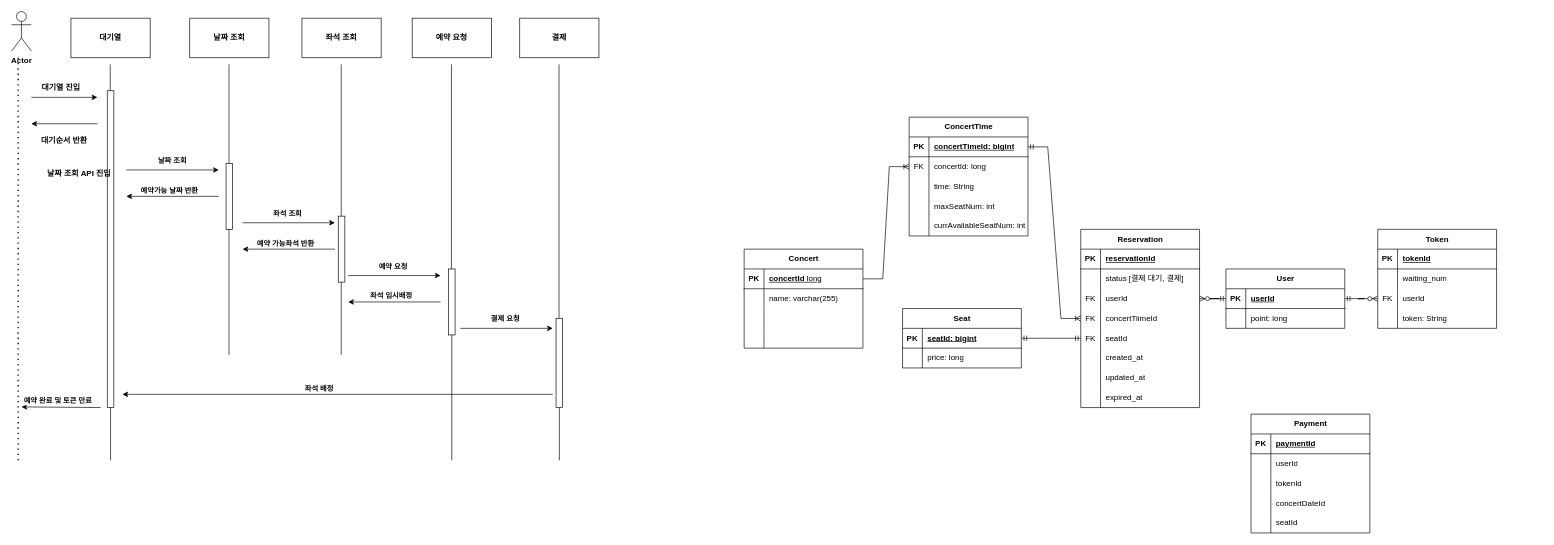
This is concertTicketing.drawio from watanka/ticketing, a draw.io file, before an edit. Source tidied: cells renumbered, new cells numbered last; positions are measured from the earlier drawing's top-left corner, leaving out a move shared by most shapes. Both pictures are drawn from the tidied source at 66%, with x=0, y=0 at pixel (11, 11).
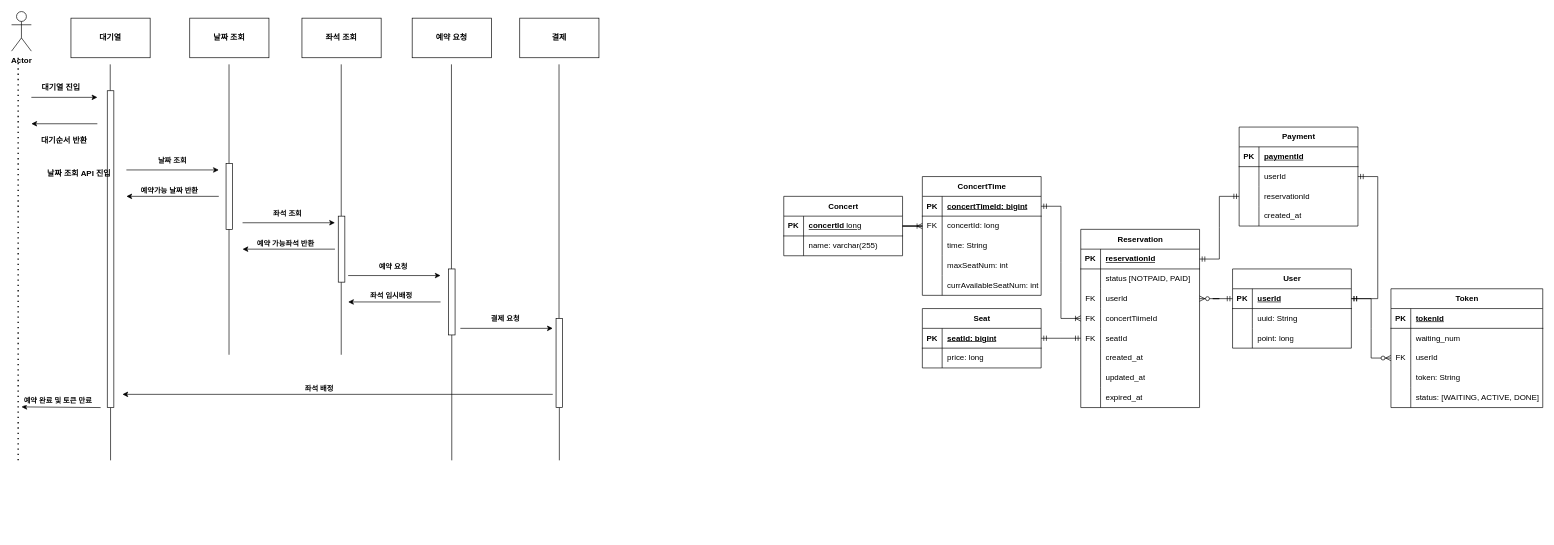
Above is the later version.

Commit message (it also covers changes not shown here):
ERD 업데이트

Unchanged cells that the change refers to:
```xml
<mxCell id="67" style="shape=tableRow;horizontal=0;startSize=0;swimlaneHead=0;swimlaneBody=0;fillColor=none;points=[[0,0.5],[1,0.5]];portConstraint=eastwest;top=0;left=0;right=0;bottom=1;" parent="66" vertex="1">
  <mxGeometry y="30" width="180" height="30" as="geometry" />
</mxCell>
<mxCell id="70" style="shape=tableRow;horizontal=0;startSize=0;swimlaneHead=0;swimlaneBody=0;fillColor=none;top=0;left=0;right=0;bottom=0;" parent="66" vertex="1">
  <mxGeometry y="60" width="180" height="30" as="geometry" />
</mxCell>
<mxCell id="92" style="shape=tableRow;horizontal=0;startSize=0;swimlaneHead=0;swimlaneBody=0;fillColor=none;points=[[0,0.5],[1,0.5]];portConstraint=eastwest;top=0;left=0;right=0;bottom=1;" parent="91" vertex="1">
  <mxGeometry y="30" width="180" height="30" as="geometry" />
</mxCell>
<mxCell id="95" style="shape=tableRow;horizontal=0;startSize=0;swimlaneHead=0;swimlaneBody=0;fillColor=none;top=0;left=0;right=0;bottom=0;" parent="91" vertex="1">
  <mxGeometry y="60" width="180" height="30" as="geometry" />
</mxCell>
```

Change to the diagram source:
```diff
@@
     <mxCell id="46" value="Concert" style="shape=table;startSize=30;childLayout=tableLayout;rowLines=0;fontStyle=1;align=center;html=1;" parent="1" vertex="1">
-      <mxGeometry x="1110" y="360" width="180" height="150" as="geometry" />
+      <mxGeometry x="1170" y="280" width="180" height="90" as="geometry" />
     </mxCell>
@@
-    <mxCell id="53" style="shape=tableRow;horizontal=0;startSize=0;swimlaneHead=0;swimlaneBody=0;fillColor=none;top=0;left=0;right=0;bottom=0;" parent="46" vertex="1">
-      <mxGeometry y="90" width="180" height="30" as="geometry" />
-    </mxCell>
-    <mxCell id="54" style="shape=partialRectangle;fillColor=none;top=0;left=0;bottom=0;right=0;overflow=hidden;whiteSpace=wrap;html=1;" parent="53" vertex="1">
-      <mxGeometry width="30" height="30" as="geometry" />
-    </mxCell>
-    <mxCell id="55" style="shape=partialRectangle;fillColor=none;top=0;left=0;bottom=0;right=0;align=left;spacingLeft=6;overflow=hidden;whiteSpace=wrap;html=1;" parent="53" vertex="1">
-      <mxGeometry x="30" width="150" height="30" as="geometry" />
-    </mxCell>
-    <mxCell id="56" style="shape=tableRow;horizontal=0;startSize=0;swimlaneHead=0;swimlaneBody=0;fillColor=none;top=0;left=0;right=0;bottom=0;" parent="46" vertex="1">
-      <mxGeometry y="120" width="180" height="30" as="geometry" />
-    </mxCell>
-    <mxCell id="57" style="shape=partialRectangle;fillColor=none;top=0;left=0;bottom=0;right=0;overflow=hidden;whiteSpace=wrap;html=1;" parent="56" vertex="1">
-      <mxGeometry width="30" height="30" as="geometry" />
-    </mxCell>
-    <mxCell id="58" style="shape=partialRectangle;fillColor=none;top=0;left=0;bottom=0;right=0;align=left;spacingLeft=6;overflow=hidden;whiteSpace=wrap;html=1;" parent="56" vertex="1">
-      <mxGeometry x="30" width="150" height="30" as="geometry" />
-    </mxCell>
     <mxCell id="59" value="Seat" style="shape=table;startSize=30;childLayout=tableLayout;rowLines=0;fontStyle=1;align=center;html=1;" parent="1" vertex="1">
-      <mxGeometry x="1350" y="450" width="180" height="90" as="geometry" />
+      <mxGeometry x="1380" y="450" width="180" height="90" as="geometry" />
     </mxCell>
@@
-    <mxCell id="72" value="status [결제 대기, 결제]" style="shape=partialRectangle;fillColor=none;top=0;left=0;bottom=0;right=0;align=left;spacingLeft=6;overflow=hidden;whiteSpace=wrap;html=1;" parent="70" vertex="1">
+    <mxCell id="72" value="status [NOTPAID, PAID]" style="shape=partialRectangle;fillColor=none;top=0;left=0;bottom=0;right=0;align=left;spacingLeft=6;overflow=hidden;whiteSpace=wrap;html=1;" parent="70" vertex="1">
       <mxGeometry x="30" width="150" height="30" as="geometry" />
     </mxCell>
@@
     <mxCell id="91" value="User" style="shape=table;startSize=30;childLayout=tableLayout;rowLines=0;fontStyle=1;align=center;html=1;" parent="1" vertex="1">
-      <mxGeometry x="1840" y="390" width="180" height="90" as="geometry" />
+      <mxGeometry x="1850" y="390" width="180" height="120" as="geometry" />
     </mxCell>
@@
-    <mxCell id="97" value="point: long" style="shape=partialRectangle;fillColor=none;top=0;left=0;bottom=0;right=0;align=left;spacingLeft=6;overflow=hidden;whiteSpace=wrap;html=1;" parent="95" vertex="1">
+    <mxCell id="97" value="uuid: String" style="shape=partialRectangle;fillColor=none;top=0;left=0;bottom=0;right=0;align=left;spacingLeft=6;overflow=hidden;whiteSpace=wrap;html=1;" parent="95" vertex="1">
       <mxGeometry x="30" width="150" height="30" as="geometry" />
     </mxCell>
+    <mxCell id="150" style="shape=tableRow;horizontal=0;startSize=0;swimlaneHead=0;swimlaneBody=0;fillColor=none;top=0;left=0;right=0;bottom=0;" parent="91" vertex="1">
+      <mxGeometry y="90" width="180" height="30" as="geometry" />
+    </mxCell>
+    <mxCell id="151" style="shape=partialRectangle;fillColor=none;top=0;left=0;bottom=0;right=0;overflow=hidden;whiteSpace=wrap;html=1;" parent="150" vertex="1">
+      <mxGeometry width="30" height="30" as="geometry" />
+    </mxCell>
+    <mxCell id="152" value="point: long" style="shape=partialRectangle;fillColor=none;top=0;left=0;bottom=0;right=0;align=left;spacingLeft=6;overflow=hidden;whiteSpace=wrap;html=1;" parent="150" vertex="1">
+      <mxGeometry x="30" width="150" height="30" as="geometry" />
+    </mxCell>
     <mxCell id="98" value="Token" style="shape=table;startSize=30;childLayout=tableLayout;rowLines=0;fontStyle=1;align=center;html=1;" parent="1" vertex="1">
-      <mxGeometry x="2070" y="330" width="180" height="150" as="geometry" />
+      <mxGeometry x="2090" y="420" width="230" height="180" as="geometry" />
     </mxCell>
     <mxCell id="99" style="shape=tableRow;horizontal=0;startSize=0;swimlaneHead=0;swimlaneBody=0;fillColor=none;top=0;left=0;right=0;bottom=1;" parent="98" vertex="1">
-      <mxGeometry y="30" width="180" height="30" as="geometry" />
+      <mxGeometry y="30" width="230" height="30" as="geometry" />
     </mxCell>
@@
     <mxCell id="101" value="tokenId" style="shape=partialRectangle;fillColor=none;top=0;left=0;bottom=0;right=0;align=left;spacingLeft=6;fontStyle=5;overflow=hidden;whiteSpace=wrap;html=1;" parent="99" vertex="1">
-      <mxGeometry x="30" width="150" height="30" as="geometry" />
+      <mxGeometry x="30" width="200" height="30" as="geometry" />
     </mxCell>
     <mxCell id="102" style="shape=tableRow;horizontal=0;startSize=0;swimlaneHead=0;swimlaneBody=0;fillColor=none;top=0;left=0;right=0;bottom=0;" parent="98" vertex="1">
-      <mxGeometry y="60" width="180" height="30" as="geometry" />
+      <mxGeometry y="60" width="230" height="30" as="geometry" />
     </mxCell>
@@
     <mxCell id="104" value="waiting_num" style="shape=partialRectangle;fillColor=none;top=0;left=0;bottom=0;right=0;align=left;spacingLeft=6;overflow=hidden;whiteSpace=wrap;html=1;" parent="102" vertex="1">
-      <mxGeometry x="30" width="150" height="30" as="geometry" />
+      <mxGeometry x="30" width="200" height="30" as="geometry" />
     </mxCell>
     <mxCell id="105" style="shape=tableRow;horizontal=0;startSize=0;swimlaneHead=0;swimlaneBody=0;fillColor=none;points=[[0,0.5],[1,0.5]];portConstraint=eastwest;top=0;left=0;right=0;bottom=0;" parent="98" vertex="1">
-      <mxGeometry y="90" width="180" height="30" as="geometry" />
+      <mxGeometry y="90" width="230" height="30" as="geometry" />
     </mxCell>
@@
     <mxCell id="107" value="userId" style="shape=partialRectangle;fillColor=none;top=0;left=0;bottom=0;right=0;align=left;spacingLeft=6;overflow=hidden;whiteSpace=wrap;html=1;" parent="105" vertex="1">
-      <mxGeometry x="30" width="150" height="30" as="geometry" />
+      <mxGeometry x="30" width="200" height="30" as="geometry" />
     </mxCell>
     <mxCell id="108" style="shape=tableRow;horizontal=0;startSize=0;swimlaneHead=0;swimlaneBody=0;fillColor=none;top=0;left=0;right=0;bottom=0;" parent="98" vertex="1">
-      <mxGeometry y="120" width="180" height="30" as="geometry" />
+      <mxGeometry y="120" width="230" height="30" as="geometry" />
     </mxCell>
@@
     <mxCell id="110" value="token: String" style="shape=partialRectangle;fillColor=none;top=0;left=0;bottom=0;right=0;align=left;spacingLeft=6;overflow=hidden;whiteSpace=wrap;html=1;" parent="108" vertex="1">
-      <mxGeometry x="30" width="150" height="30" as="geometry" />
+      <mxGeometry x="30" width="200" height="30" as="geometry" />
     </mxCell>
+    <mxCell id="153" style="shape=tableRow;horizontal=0;startSize=0;swimlaneHead=0;swimlaneBody=0;fillColor=none;top=0;left=0;right=0;bottom=0;" parent="98" vertex="1">
+      <mxGeometry y="150" width="230" height="30" as="geometry" />
+    </mxCell>
+    <mxCell id="154" style="shape=partialRectangle;fillColor=none;top=0;left=0;bottom=0;right=0;overflow=hidden;whiteSpace=wrap;html=1;" parent="153" vertex="1">
+      <mxGeometry width="30" height="30" as="geometry" />
+    </mxCell>
+    <mxCell id="155" value="status: [WAITING, ACTIVE, DONE]" style="shape=partialRectangle;fillColor=none;top=0;left=0;bottom=0;right=0;align=left;spacingLeft=6;overflow=hidden;whiteSpace=wrap;html=1;" parent="153" vertex="1">
+      <mxGeometry x="30" width="200" height="30" as="geometry" />
+    </mxCell>
@@
     <mxCell id="118" value="ConcertTime" style="shape=table;startSize=30;childLayout=tableLayout;rowLines=0;fontStyle=1;align=center;html=1;" parent="1" vertex="1">
-      <mxGeometry x="1360" y="160" width="180" height="180" as="geometry" />
+      <mxGeometry x="1380" y="250" width="180" height="180" as="geometry" />
     </mxCell>
@@
     <mxCell id="134" value="Payment" style="shape=table;startSize=30;childLayout=tableLayout;rowLines=0;fontStyle=1;align=center;html=1;" parent="1" vertex="1">
-      <mxGeometry x="1878" y="610" width="180" height="180" as="geometry" />
+      <mxGeometry x="1860" y="175" width="180" height="150" as="geometry" />
     </mxCell>
@@
-    <mxCell id="141" style="shape=tableRow;horizontal=0;startSize=0;swimlaneHead=0;swimlaneBody=0;fillColor=none;top=0;left=0;right=0;bottom=0;" parent="134" vertex="1">
-      <mxGeometry y="90" width="180" height="30" as="geometry" />
-    </mxCell>
-    <mxCell id="142" style="shape=partialRectangle;fillColor=none;top=0;left=0;bottom=0;right=0;overflow=hidden;whiteSpace=wrap;html=1;" parent="141" vertex="1">
-      <mxGeometry width="30" height="30" as="geometry" />
-    </mxCell>
-    <mxCell id="143" value="tokenId" style="shape=partialRectangle;fillColor=none;top=0;left=0;bottom=0;right=0;align=left;spacingLeft=6;overflow=hidden;whiteSpace=wrap;html=1;" parent="141" vertex="1">
-      <mxGeometry x="30" width="150" height="30" as="geometry" />
-    </mxCell>
     <mxCell id="144" style="shape=tableRow;horizontal=0;startSize=0;swimlaneHead=0;swimlaneBody=0;fillColor=none;points=[[0,0.5],[1,0.5]];portConstraint=eastwest;top=0;left=0;right=0;bottom=0;" parent="134" vertex="1">
-      <mxGeometry y="120" width="180" height="30" as="geometry" />
+      <mxGeometry y="90" width="180" height="30" as="geometry" />
     </mxCell>
@@
-    <mxCell id="146" value="concertDateId" style="shape=partialRectangle;fillColor=none;top=0;left=0;bottom=0;right=0;align=left;spacingLeft=6;overflow=hidden;whiteSpace=wrap;html=1;" parent="144" vertex="1">
+    <mxCell id="146" value="reservationId" style="shape=partialRectangle;fillColor=none;top=0;left=0;bottom=0;right=0;align=left;spacingLeft=6;overflow=hidden;whiteSpace=wrap;html=1;" parent="144" vertex="1">
       <mxGeometry x="30" width="150" height="30" as="geometry" />
     </mxCell>
-    <mxCell id="147" style="shape=tableRow;horizontal=0;startSize=0;swimlaneHead=0;swimlaneBody=0;fillColor=none;top=0;left=0;right=0;bottom=0;" parent="134" vertex="1">
-      <mxGeometry y="150" width="180" height="30" as="geometry" />
-    </mxCell>
-    <mxCell id="148" style="shape=partialRectangle;fillColor=none;top=0;left=0;bottom=0;right=0;overflow=hidden;whiteSpace=wrap;html=1;" parent="147" vertex="1">
-      <mxGeometry width="30" height="30" as="geometry" />
-    </mxCell>
-    <mxCell id="149" value="seatId" style="shape=partialRectangle;fillColor=none;top=0;left=0;bottom=0;right=0;align=left;spacingLeft=6;overflow=hidden;whiteSpace=wrap;html=1;" parent="147" vertex="1">
-      <mxGeometry x="30" width="150" height="30" as="geometry" />
-    </mxCell>
+    <mxCell id="56" style="shape=tableRow;horizontal=0;startSize=0;swimlaneHead=0;swimlaneBody=0;fillColor=none;top=0;left=0;right=0;bottom=0;" parent="134" vertex="1">
+      <mxGeometry y="120" width="180" height="30" as="geometry" />
+    </mxCell>
+    <mxCell id="156" style="shape=partialRectangle;fillColor=none;top=0;left=0;bottom=0;right=0;overflow=hidden;whiteSpace=wrap;html=1;" parent="56" vertex="1">
+      <mxGeometry width="30" height="30" as="geometry" />
+    </mxCell>
+    <mxCell id="157" value="created_at" style="shape=partialRectangle;fillColor=none;top=0;left=0;bottom=0;right=0;align=left;spacingLeft=6;overflow=hidden;whiteSpace=wrap;html=1;" parent="56" vertex="1">
+      <mxGeometry x="30" width="150" height="30" as="geometry" />
+    </mxCell>
+    <mxCell id="158" style="edgeStyle=entityRelationEdgeStyle;fontSize=12;html=1;endArrow=ERmandOne;startArrow=ERmandOne;rounded=0;entryX=1;entryY=0.5;entryDx=0;entryDy=0;" parent="1" edge="1" target="92">
+      <mxGeometry relative="1" as="geometry">
+        <mxPoint x="2040" y="250" as="sourcePoint" />
+      </mxGeometry>
+    </mxCell>
+    <mxCell id="159" style="edgeStyle=entityRelationEdgeStyle;fontSize=12;html=1;endArrow=ERmandOne;startArrow=ERmandOne;rounded=0;entryX=0;entryY=0.5;entryDx=0;entryDy=0;exitX=1;exitY=0.5;exitDx=0;exitDy=0;" parent="1" edge="1" source="67" target="144">
+      <mxGeometry relative="1" as="geometry" />
+    </mxCell>
```
